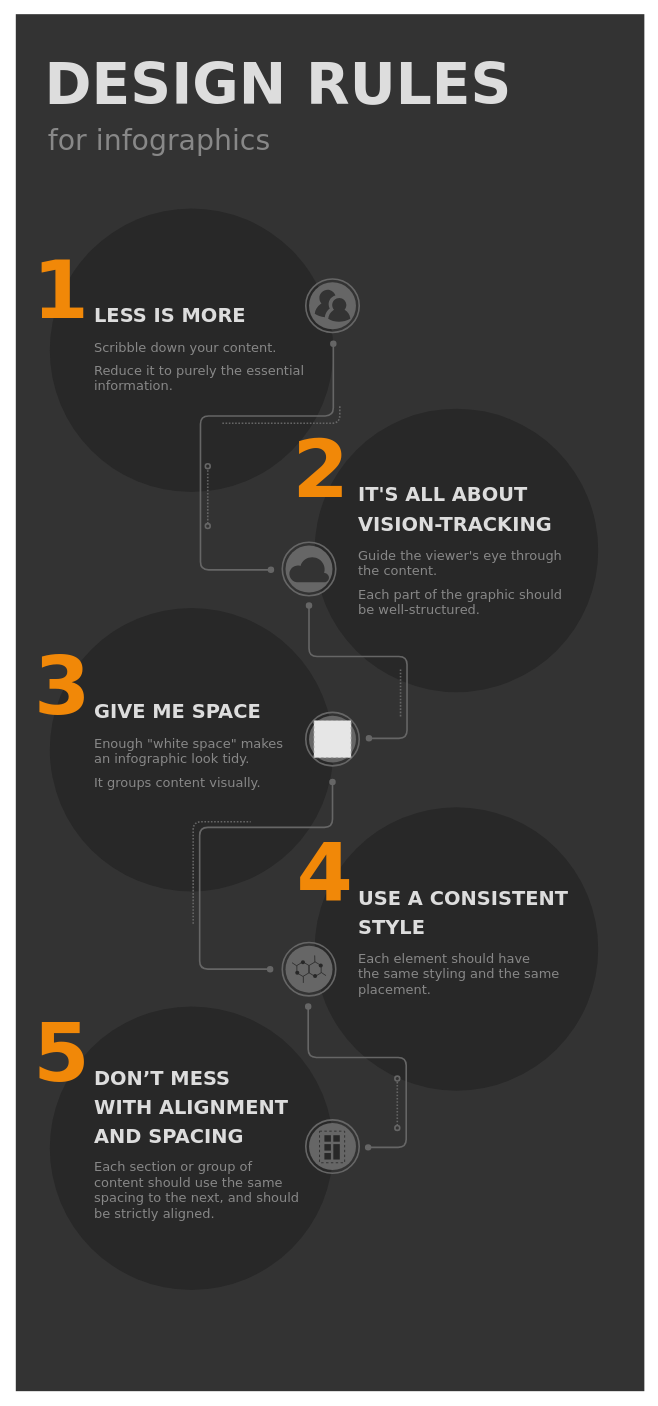
Above: Flowchart1AGU22.drawio in laurenchilutti/draw_io (draw.io), before the change. Source tidied: cells renumbered, new cells numbered last; positions are measured from the earlier drawing's top-left corner, leaving out a move shared by most shapes. Both pictures are drawn from the tidied source at 81%, with x=0, y=0 at pixel (15, 14). Pictures stored in the file or linked from it are replaced by grey dashed boxes.
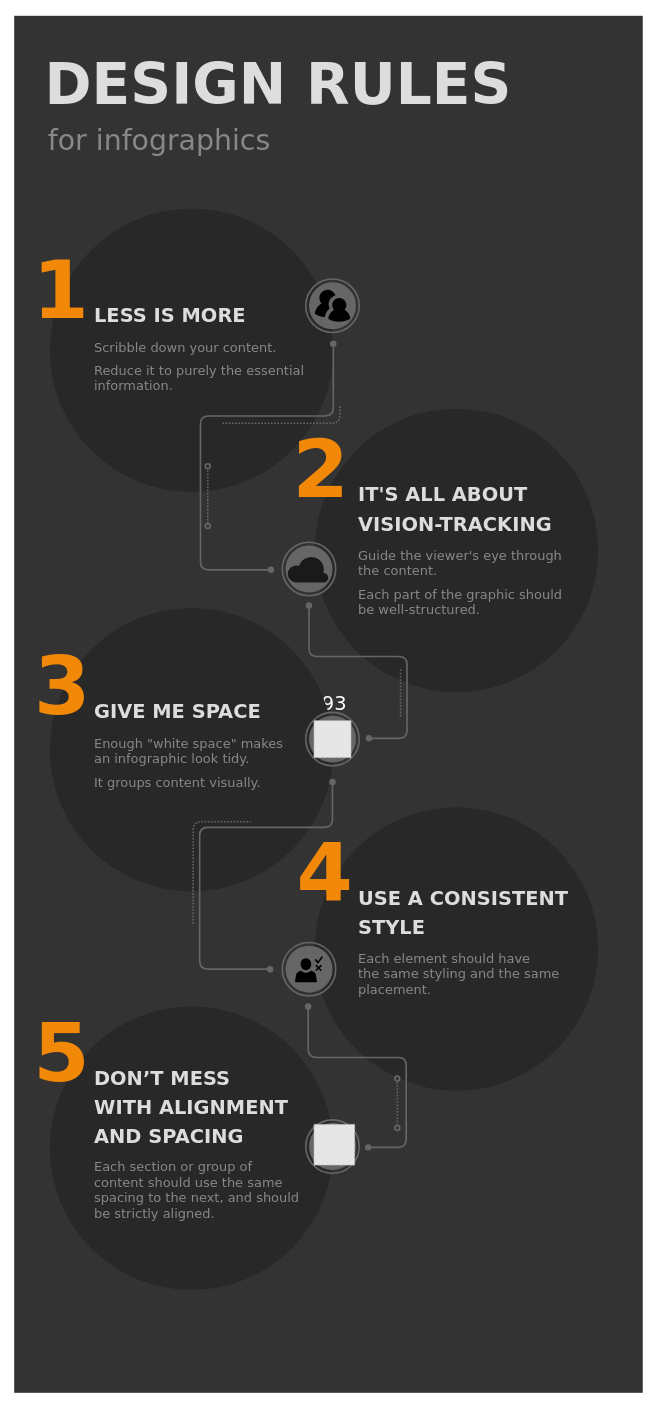
After the change.

Unchanged cells that the change refers to:
```xml
<mxCell id="37" style="group;" parent="1" vertex="1">
  <mxGeometry x="358" y="327" width="106" height="110" as="geometry" />
</mxCell>
<mxCell id="41" style="group;" parent="1" vertex="1">
  <mxGeometry x="329" y="652" width="66" height="66" as="geometry" />
</mxCell>
<mxCell id="49" style="group;" parent="1" vertex="1">
  <mxGeometry x="329" y="1146" width="66" height="66" as="geometry" />
</mxCell>
<mxCell id="52" style="group;" parent="1" vertex="1">
  <mxGeometry x="358" y="1365" width="66" height="66" as="geometry" />
</mxCell>
```

The edit, as a diff of the source:
```diff
@@
-    <mxCell id="2" style="whiteSpace=wrap;html=1;strokeColor=none;fillColor=#333333;fontFamily=Verdana;fontSize=24;fontColor=#FFFFFF;align=center;" parent="1" vertex="1">
-      <mxGeometry width="776" height="1700" as="geometry" />
+    <mxCell id="2" value="693" style="whiteSpace=wrap;html=1;strokeColor=none;fillColor=#333333;fontFamily=Verdana;fontSize=24;fontColor=#FFFFFF;align=center;" parent="1" vertex="1">
+      <mxGeometry x="-2" y="2" width="776" height="1700" as="geometry" />
     </mxCell>
@@
-    <mxCell id="40" style="verticalLabelPosition=bottom;sketch=0;html=1;fillColor=#333333;strokeColor=none;verticalAlign=top;align=center;shape=mxgraph.cisco_safe.people_places_things_icons.icon9;" parent="37" vertex="1">
+    <mxCell id="40" style="verticalLabelPosition=bottom;sketch=0;html=1;fillColor=#000000;strokeColor=none;verticalAlign=top;align=center;shape=mxgraph.cisco_safe.people_places_things_icons.icon9;" parent="37" vertex="1">
       <mxGeometry x="11.1" y="13.2" width="43.9" height="39.5" as="geometry" />
     </mxCell>
@@
-    <mxCell id="44" style="verticalLabelPosition=bottom;html=1;verticalAlign=top;align=center;strokeColor=none;fillColor=#333333;shape=mxgraph.azure.cloud;" parent="41" vertex="1">
-      <mxGeometry x="8" y="16.8" width="50" height="32.5" as="geometry" />
+    <mxCell id="44" style="verticalLabelPosition=bottom;html=1;verticalAlign=top;align=center;strokeColor=none;fillColor=#1A1A1A;shape=mxgraph.azure.cloud;" parent="41" vertex="1">
+      <mxGeometry x="6" y="16.4" width="51.1" height="33.2" as="geometry" />
     </mxCell>
@@
+    <mxCell id="71" style="sketch=0;shadow=0;dashed=0;html=1;strokeColor=none;fillColor=#000000;labelPosition=center;verticalLabelPosition=bottom;verticalAlign=top;align=center;shape=mxgraph.office.users.approver;" parent="49" vertex="1">
+      <mxGeometry x="15.8" y="16.9" width="34.5" height="32.2" as="geometry" />
+    </mxCell>
@@
-    <mxCell id="55" style="whiteSpace=wrap;html=1;strokeColor=#282828;strokeWidth=1;fillColor=none;fontFamily=Verdana;fontSize=16;fontColor=#DDDDDD;dashed=1;" parent="1" vertex="1">
-      <mxGeometry x="375" y="1379" width="31" height="39" as="geometry" />
-    </mxCell>
-    <mxCell id="56" style="whiteSpace=wrap;html=1;dashed=1;strokeColor=none;strokeWidth=1;fillColor=#282828;fontFamily=Verdana;fontSize=16;fontColor=#DDDDDD;" parent="1" vertex="1">
-      <mxGeometry x="381" y="1384" width="8" height="8" as="geometry" />
-    </mxCell>
-    <mxCell id="57" style="whiteSpace=wrap;html=1;dashed=1;strokeColor=none;strokeWidth=1;fillColor=#282828;fontFamily=Verdana;fontSize=16;fontColor=#DDDDDD;" parent="1" vertex="1">
-      <mxGeometry x="392" y="1384" width="8" height="8" as="geometry" />
-    </mxCell>
-    <mxCell id="58" style="whiteSpace=wrap;html=1;dashed=1;strokeColor=none;strokeWidth=1;fillColor=#282828;fontFamily=Verdana;fontSize=16;fontColor=#DDDDDD;" parent="1" vertex="1">
-      <mxGeometry x="381" y="1395" width="8" height="8" as="geometry" />
-    </mxCell>
-    <mxCell id="59" style="whiteSpace=wrap;html=1;dashed=1;strokeColor=none;strokeWidth=1;fillColor=#282828;fontFamily=Verdana;fontSize=16;fontColor=#DDDDDD;" parent="1" vertex="1">
-      <mxGeometry x="381" y="1406" width="8" height="8" as="geometry" />
-    </mxCell>
-    <mxCell id="60" style="whiteSpace=wrap;html=1;dashed=1;strokeColor=none;strokeWidth=1;fillColor=#282828;fontFamily=Verdana;fontSize=16;fontColor=#DDDDDD;" parent="1" vertex="1">
-      <mxGeometry x="392" y="1395" width="8" height="19" as="geometry" />
-    </mxCell>
-    <mxCell id="61" style="ellipse;whiteSpace=wrap;html=1;dashed=1;strokeColor=none;strokeWidth=1;fillColor=#282828;fontFamily=Verdana;fontSize=16;fontColor=#DDDDDD;" parent="1" vertex="1">
-      <mxGeometry x="352" y="1168" width="5" height="5" as="geometry" />
-    </mxCell>
-    <mxCell id="62" style="ellipse;whiteSpace=wrap;html=1;dashed=1;strokeColor=none;strokeWidth=1;fillColor=#282828;fontFamily=Verdana;fontSize=16;fontColor=#DDDDDD;" parent="1" vertex="1">
-      <mxGeometry x="374" y="1172" width="5" height="5" as="geometry" />
-    </mxCell>
-    <mxCell id="63" style="ellipse;whiteSpace=wrap;html=1;dashed=1;strokeColor=none;strokeWidth=1;fillColor=#282828;fontFamily=Verdana;fontSize=16;fontColor=#DDDDDD;" parent="1" vertex="1">
-      <mxGeometry x="367" y="1185" width="5" height="5" as="geometry" />
-    </mxCell>
-    <mxCell id="64" style="ellipse;whiteSpace=wrap;html=1;dashed=1;strokeColor=none;strokeWidth=1;fillColor=#282828;fontFamily=Verdana;fontSize=16;fontColor=#DDDDDD;" parent="1" vertex="1">
-      <mxGeometry x="345" y="1181" width="5" height="5" as="geometry" />
-    </mxCell>
-    <mxCell id="65" style="shape=hexagon;perimeter=hexagonPerimeter;whiteSpace=wrap;html=1;strokeColor=#282828;strokeWidth=1;fillColor=none;fontFamily=Verdana;fontSize=16;fontColor=#DDDDDD;direction=south;" parent="1" vertex="1">
-      <mxGeometry x="347" y="1170" width="15" height="18" as="geometry" />
-    </mxCell>
-    <mxCell id="66" style="shape=hexagon;perimeter=hexagonPerimeter;whiteSpace=wrap;html=1;strokeColor=#282828;strokeWidth=1;fillColor=none;fontFamily=Verdana;fontSize=16;fontColor=#DDDDDD;direction=south;" parent="1" vertex="1">
-      <mxGeometry x="362" y="1170" width="15" height="18" as="geometry" />
-    </mxCell>
-    <mxCell id="67" style="endArrow=none;html=1;strokeColor=#282828;strokeWidth=1;fontFamily=Verdana;fontSize=16;fontColor=#DDDDDD;endFill=0;" parent="1" edge="1">
-      <mxGeometry relative="1" as="geometry">
-        <mxPoint x="369" y="1162" as="sourcePoint" />
-        <mxPoint x="369.2" y="1170.2" as="targetPoint" />
-      </mxGeometry>
-    </mxCell>
-    <mxCell id="68" style="endArrow=none;html=1;strokeColor=#282828;strokeWidth=1;fontFamily=Verdana;fontSize=16;fontColor=#DDDDDD;endFill=0;" parent="1" edge="1">
-      <mxGeometry relative="1" as="geometry">
-        <mxPoint x="355" y="1188" as="sourcePoint" />
-        <mxPoint x="355" y="1196" as="targetPoint" />
-      </mxGeometry>
-    </mxCell>
-    <mxCell id="69" style="endArrow=none;html=1;strokeColor=#282828;strokeWidth=1;fontFamily=Verdana;fontSize=16;fontColor=#DDDDDD;endFill=0;" parent="1" edge="1">
-      <mxGeometry relative="1" as="geometry">
-        <mxPoint x="377" y="1183" as="sourcePoint" />
-        <mxPoint x="383" y="1187" as="targetPoint" />
-      </mxGeometry>
-    </mxCell>
-    <mxCell id="70" style="endArrow=none;html=1;strokeColor=#282828;strokeWidth=1;fontFamily=Verdana;fontSize=16;fontColor=#DDDDDD;endFill=0;" parent="1" edge="1">
-      <mxGeometry relative="1" as="geometry">
-        <mxPoint x="341" y="1171" as="sourcePoint" />
-        <mxPoint x="347" y="1175" as="targetPoint" />
-      </mxGeometry>
-    </mxCell>
+    <mxCell id="72" style="fillColor=#E6E6E6;strokeColor=#999999;dashed=1;html=1;verticalAlign=top;verticalLabelPosition=bottom;labelBackgroundColor=#ffffff;" parent="52" vertex="1">
+      <mxGeometry x="10" y="5.5" width="50.5" height="50.5" as="geometry" />
+    </mxCell>
```
